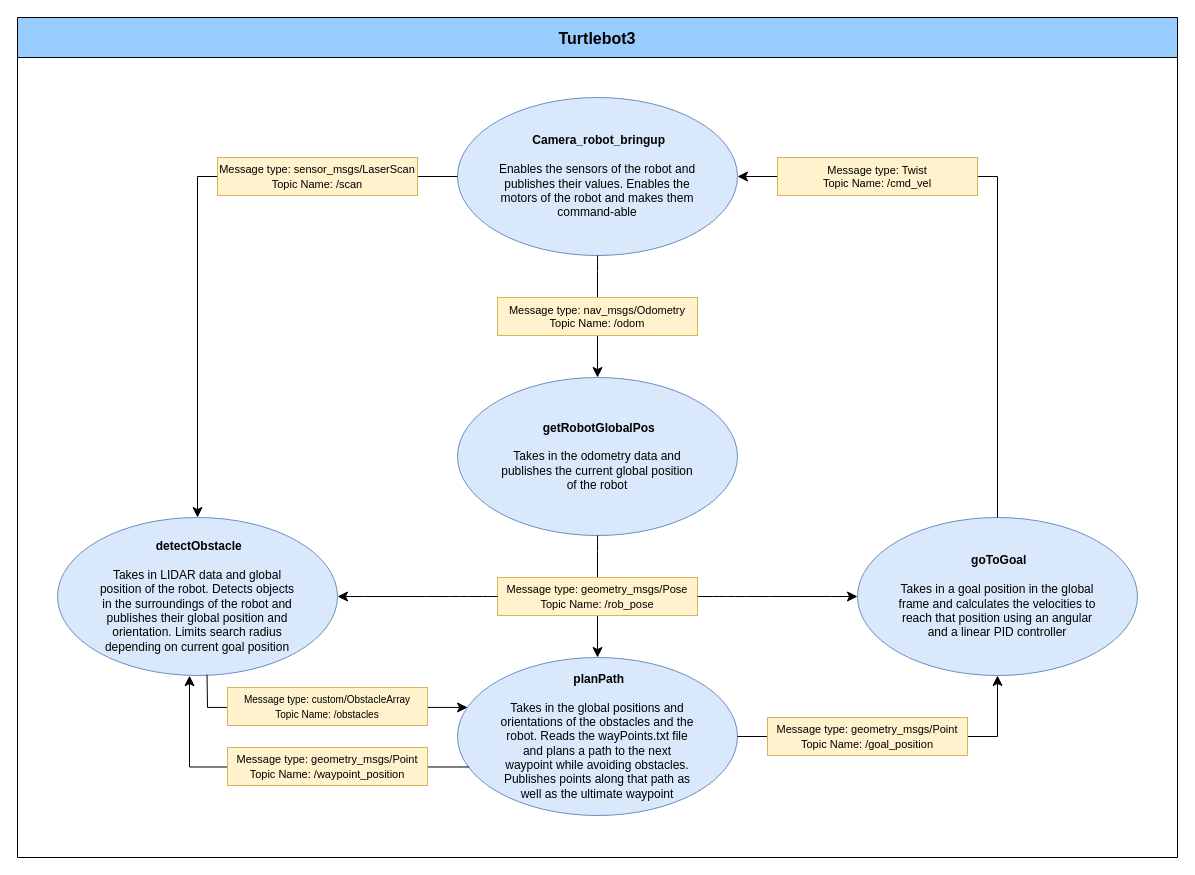
hcarius3/ME7785_RoboticsResearch keeps this draw.io diagram as page "Concept 2" (2 of 3) of Lab4/Lab4_diagram.drawio. Above is the earlier version. Source tidied: cells renumbered, new cells numbered last; positions are measured from the earlier drawing's top-left corner, leaving out a move shared by most shapes. Both pictures are drawn from the tidied source at 100%, with x=0, y=0 at pixel (17, 17).
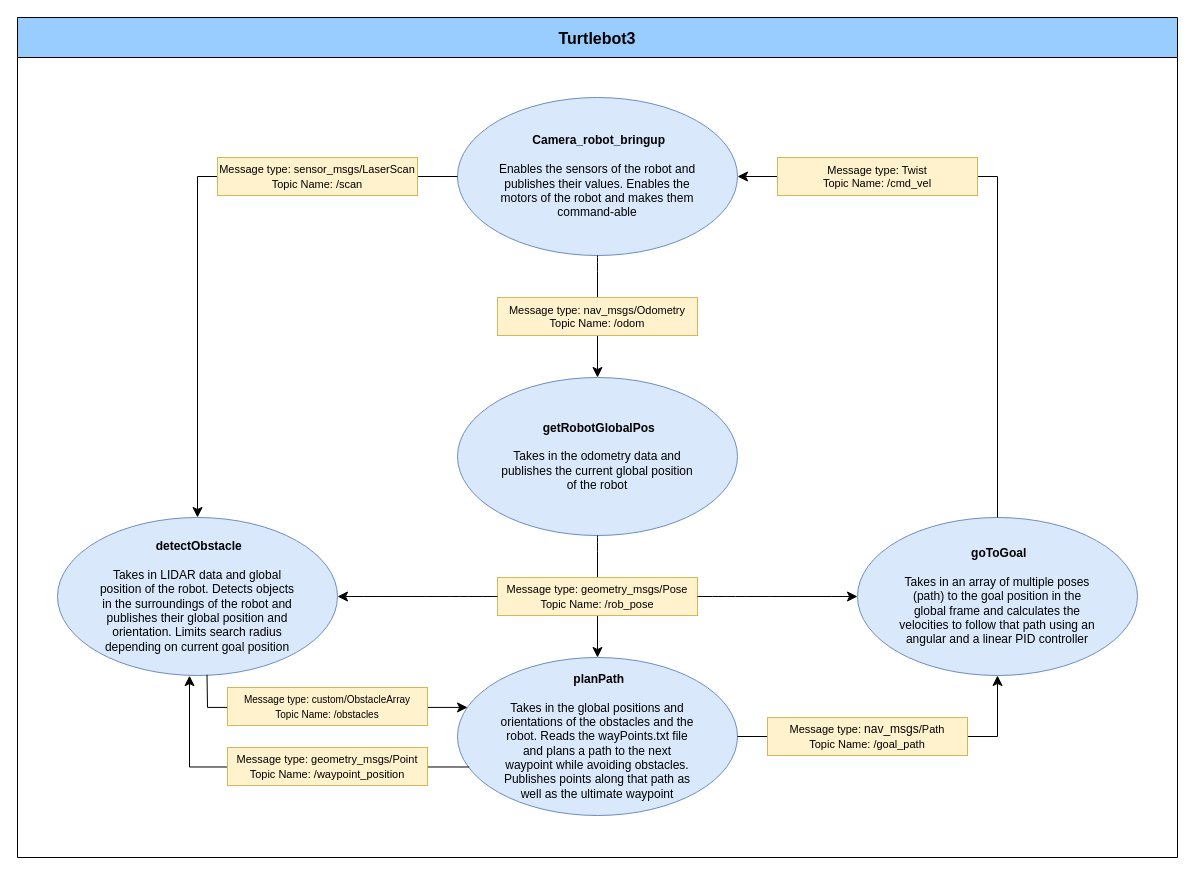
Above is the later version.

Commit message:
Updated message type from planPath to goToGoal to a nav_msgs/Path

The change refers to these unchanged cells:
```xml
<mxCell id="2" value="Turtlebot3" style="swimlane;startSize=40;horizontal=1;containerType=tree;newEdgeStyle={&quot;edgeStyle&quot;:&quot;elbowEdgeStyle&quot;,&quot;startArrow&quot;:&quot;none&quot;,&quot;endArrow&quot;:&quot;none&quot;};fillColor=#99CCFF;fontSize=16;" parent="1" vertex="1">
  <mxGeometry width="1160" height="840" as="geometry" />
</mxCell>
```

The edit, as a diff of the source:
```diff
@@
-    <mxCell id="7" value="&lt;blockquote&gt;&lt;div&gt;&lt;b&gt;&amp;nbsp;goToGoal&lt;/b&gt;&lt;/div&gt;&lt;div&gt;&lt;br&gt;&lt;/div&gt;&lt;div&gt;Takes in a goal position in the global frame and calculates the velocities to reach that position using an angular and a linear PID controller&lt;/div&gt;&lt;/blockquote&gt;" style="ellipse;whiteSpace=wrap;html=1;fillColor=#dae8fc;strokeColor=#6c8ebf;" parent="2" vertex="1">
+    <mxCell id="7" value="&lt;blockquote&gt;&lt;div&gt;&lt;b&gt;&amp;nbsp;goToGoal&lt;/b&gt;&lt;/div&gt;&lt;div&gt;&lt;br&gt;&lt;/div&gt;&lt;div&gt;Takes in an array of multiple poses (path) to the goal position in the global frame and calculates the velocities to follow that path using an angular and a linear PID controller&lt;/div&gt;&lt;/blockquote&gt;" style="ellipse;whiteSpace=wrap;html=1;fillColor=#dae8fc;strokeColor=#6c8ebf;" parent="2" vertex="1">
       <mxGeometry x="840" y="500" width="280" height="158" as="geometry" />
     </mxCell>
@@
-    <mxCell id="14" value="&lt;font style=&quot;font-size: 11px;&quot;&gt;&lt;span style=&quot;--tw-scale-x: 1; --tw-scale-y: 1; --tw-pan-x: ; --tw-pan-y: ; --tw-pinch-zoom: ; --tw-scroll-snap-strictness: proximity; --tw-gradient-from-position: ; --tw-gradient-via-position: ; --tw-gradient-to-position: ; --tw-ordinal: ; --tw-slashed-zero: ; --tw-numeric-figure: ; --tw-numeric-spacing: ; --tw-numeric-fraction: ; --tw-ring-inset: ; --tw-ring-offset-width: 0px; --tw-ring-offset-color: light-dark(#fff, #000000); --tw-ring-color: rgb(59 130 246 / .5); --tw-ring-offset-shadow: 0 0 #0000; --tw-ring-shadow: 0 0 #0000; --tw-shadow: 0 0 #0000; --tw-shadow-colored: 0 0 #0000; --tw-blur: ; --tw-brightness: ; --tw-contrast: ; --tw-grayscale: ; --tw-hue-rotate: ; --tw-invert: ; --tw-saturate: ; --tw-sepia: ; --tw-drop-shadow: ; --tw-backdrop-blur: ; --tw-backdrop-brightness: ; --tw-backdrop-contrast: ; --tw-backdrop-grayscale: ; --tw-backdrop-hue-rotate: ; --tw-backdrop-invert: ; --tw-backdrop-opacity: ; --tw-backdrop-saturate: ; --tw-backdrop-sepia: ;&quot;&gt;Message type: geometry_msgs/Point&lt;/span&gt;&lt;/font&gt;&lt;div style=&quot;--tw-scale-x: 1; --tw-scale-y: 1; --tw-pan-x: ; --tw-pan-y: ; --tw-pinch-zoom: ; --tw-scroll-snap-strictness: proximity; --tw-gradient-from-position: ; --tw-gradient-via-position: ; --tw-gradient-to-position: ; --tw-ordinal: ; --tw-slashed-zero: ; --tw-numeric-figure: ; --tw-numeric-spacing: ; --tw-numeric-fraction: ; --tw-ring-inset: ; --tw-ring-offset-width: 0px; --tw-ring-offset-color: light-dark(#fff, #000000); --tw-ring-color: rgb(59 130 246 / .5); --tw-ring-offset-shadow: 0 0 #0000; --tw-ring-shadow: 0 0 #0000; --tw-shadow: 0 0 #0000; --tw-shadow-colored: 0 0 #0000; --tw-blur: ; --tw-brightness: ; --tw-contrast: ; --tw-grayscale: ; --tw-hue-rotate: ; --tw-invert: ; --tw-saturate: ; --tw-sepia: ; --tw-drop-shadow: ; --tw-backdrop-blur: ; --tw-backdrop-brightness: ; --tw-backdrop-contrast: ; --tw-backdrop-grayscale: ; --tw-backdrop-hue-rotate: ; --tw-backdrop-invert: ; --tw-backdrop-opacity: ; --tw-backdrop-saturate: ; --tw-backdrop-sepia: ;&quot;&gt;&lt;font style=&quot;font-size: 11px;&quot;&gt;&lt;span&gt;Topic Name: /goal_position&lt;/span&gt;&lt;/font&gt;&lt;/div&gt;" style="rounded=0;whiteSpace=wrap;html=1;fillColor=#fff2cc;strokeColor=#d6b656;" parent="2" vertex="1">
+    <mxCell id="14" value="&lt;font style=&quot;font-size: 11px;&quot;&gt;&lt;span style=&quot;--tw-scale-x: 1; --tw-scale-y: 1; --tw-pan-x: ; --tw-pan-y: ; --tw-pinch-zoom: ; --tw-scroll-snap-strictness: proximity; --tw-gradient-from-position: ; --tw-gradient-via-position: ; --tw-gradient-to-position: ; --tw-ordinal: ; --tw-slashed-zero: ; --tw-numeric-figure: ; --tw-numeric-spacing: ; --tw-numeric-fraction: ; --tw-ring-inset: ; --tw-ring-offset-width: 0px; --tw-ring-offset-color: light-dark(#fff, #000000); --tw-ring-color: rgb(59 130 246 / .5); --tw-ring-offset-shadow: 0 0 #0000; --tw-ring-shadow: 0 0 #0000; --tw-shadow: 0 0 #0000; --tw-shadow-colored: 0 0 #0000; --tw-blur: ; --tw-brightness: ; --tw-contrast: ; --tw-grayscale: ; --tw-hue-rotate: ; --tw-invert: ; --tw-saturate: ; --tw-sepia: ; --tw-drop-shadow: ; --tw-backdrop-blur: ; --tw-backdrop-brightness: ; --tw-backdrop-contrast: ; --tw-backdrop-grayscale: ; --tw-backdrop-hue-rotate: ; --tw-backdrop-invert: ; --tw-backdrop-opacity: ; --tw-backdrop-saturate: ; --tw-backdrop-sepia: ;&quot;&gt;Message type:&amp;nbsp;&lt;/span&gt;&lt;/font&gt;nav_msgs&lt;font style=&quot;font-size: 11px;&quot;&gt;&lt;span style=&quot;--tw-scale-x: 1; --tw-scale-y: 1; --tw-pan-x: ; --tw-pan-y: ; --tw-pinch-zoom: ; --tw-scroll-snap-strictness: proximity; --tw-gradient-from-position: ; --tw-gradient-via-position: ; --tw-gradient-to-position: ; --tw-ordinal: ; --tw-slashed-zero: ; --tw-numeric-figure: ; --tw-numeric-spacing: ; --tw-numeric-fraction: ; --tw-ring-inset: ; --tw-ring-offset-width: 0px; --tw-ring-offset-color: light-dark(#fff, #000000); --tw-ring-color: rgb(59 130 246 / .5); --tw-ring-offset-shadow: 0 0 #0000; --tw-ring-shadow: 0 0 #0000; --tw-shadow: 0 0 #0000; --tw-shadow-colored: 0 0 #0000; --tw-blur: ; --tw-brightness: ; --tw-contrast: ; --tw-grayscale: ; --tw-hue-rotate: ; --tw-invert: ; --tw-saturate: ; --tw-sepia: ; --tw-drop-shadow: ; --tw-backdrop-blur: ; --tw-backdrop-brightness: ; --tw-backdrop-contrast: ; --tw-backdrop-grayscale: ; --tw-backdrop-hue-rotate: ; --tw-backdrop-invert: ; --tw-backdrop-opacity: ; --tw-backdrop-saturate: ; --tw-backdrop-sepia: ;&quot;&gt;/Path&lt;/span&gt;&lt;/font&gt;&lt;div style=&quot;--tw-scale-x: 1; --tw-scale-y: 1; --tw-pan-x: ; --tw-pan-y: ; --tw-pinch-zoom: ; --tw-scroll-snap-strictness: proximity; --tw-gradient-from-position: ; --tw-gradient-via-position: ; --tw-gradient-to-position: ; --tw-ordinal: ; --tw-slashed-zero: ; --tw-numeric-figure: ; --tw-numeric-spacing: ; --tw-numeric-fraction: ; --tw-ring-inset: ; --tw-ring-offset-width: 0px; --tw-ring-offset-color: light-dark(#fff, #000000); --tw-ring-color: rgb(59 130 246 / .5); --tw-ring-offset-shadow: 0 0 #0000; --tw-ring-shadow: 0 0 #0000; --tw-shadow: 0 0 #0000; --tw-shadow-colored: 0 0 #0000; --tw-blur: ; --tw-brightness: ; --tw-contrast: ; --tw-grayscale: ; --tw-hue-rotate: ; --tw-invert: ; --tw-saturate: ; --tw-sepia: ; --tw-drop-shadow: ; --tw-backdrop-blur: ; --tw-backdrop-brightness: ; --tw-backdrop-contrast: ; --tw-backdrop-grayscale: ; --tw-backdrop-hue-rotate: ; --tw-backdrop-invert: ; --tw-backdrop-opacity: ; --tw-backdrop-saturate: ; --tw-backdrop-sepia: ;&quot;&gt;&lt;font style=&quot;font-size: 11px;&quot;&gt;&lt;span&gt;Topic Name: /goal_path&lt;/span&gt;&lt;/font&gt;&lt;/div&gt;" style="rounded=0;whiteSpace=wrap;html=1;fillColor=#fff2cc;strokeColor=#d6b656;" parent="2" vertex="1">
       <mxGeometry x="750" y="700" width="200" height="38" as="geometry" />
     </mxCell>
```
